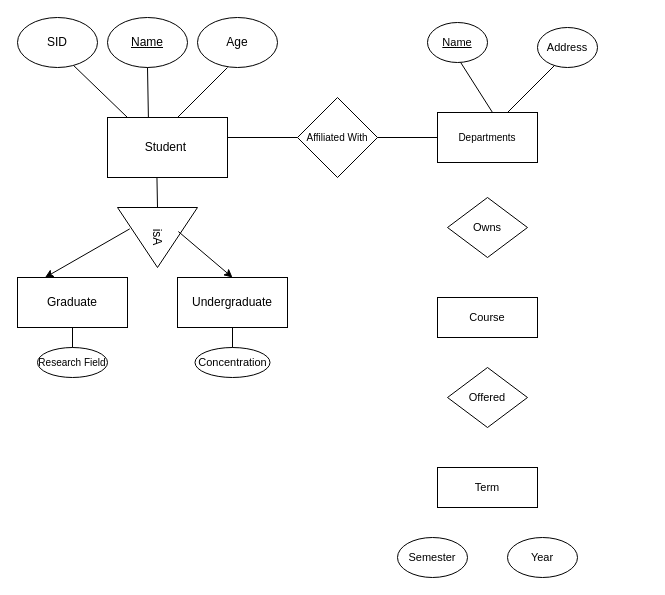
psaghafi/SQL-ER-Diagram keeps this draw.io diagram as Untitled Diagram.drawio. Above is the earlier version. Source tidied: cells renumbered, new cells numbered last; positions are measured from the earlier drawing's top-left corner, leaving out a move shared by most shapes. Both pictures are drawn from the tidied source at 100%, with x=0, y=0 at pixel (17, 17).
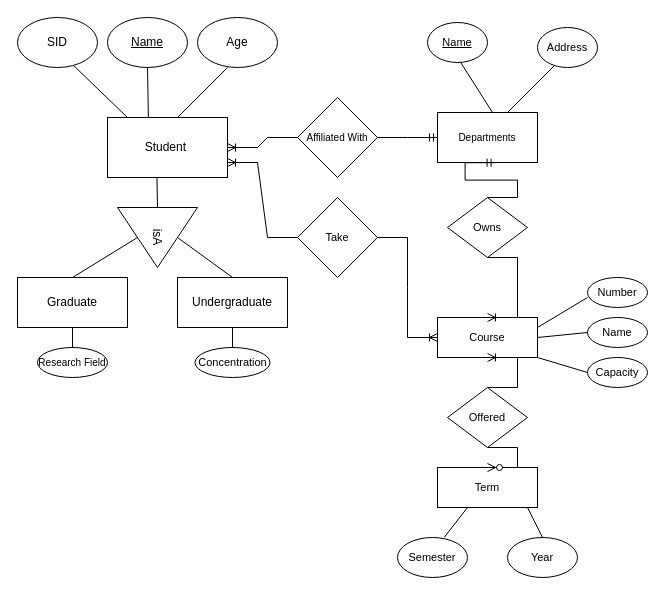
After the change.

The change refers to these unchanged cells:
```xml
<mxCell id="2" value="Student&amp;nbsp;" style="rounded=0;whiteSpace=wrap;html=1;" parent="1" vertex="1">
  <mxGeometry x="90" y="100" width="120" height="60" as="geometry" />
</mxCell>
<mxCell id="9" value="isA" style="triangle;whiteSpace=wrap;html=1;rotation=90;" parent="1" vertex="1">
  <mxGeometry x="110" y="180" width="60" height="80" as="geometry" />
</mxCell>
<mxCell id="11" value="Graduate" style="rounded=0;whiteSpace=wrap;html=1;" parent="1" vertex="1">
  <mxGeometry y="260" width="110" height="50" as="geometry" />
</mxCell>
<mxCell id="12" value="Undergraduate" style="rounded=0;whiteSpace=wrap;html=1;" parent="1" vertex="1">
  <mxGeometry x="160" y="260" width="110" height="50" as="geometry" />
</mxCell>
<mxCell id="19" value="Affiliated With" style="rhombus;whiteSpace=wrap;html=1;fontSize=10;" parent="1" vertex="1">
  <mxGeometry x="280" y="80" width="80" height="80" as="geometry" />
</mxCell>
<mxCell id="22" value="Departments" style="rounded=0;whiteSpace=wrap;html=1;fontSize=10;" parent="1" vertex="1">
  <mxGeometry x="420" y="95" width="100" height="50" as="geometry" />
</mxCell>
<mxCell id="27" value="Owns" style="rhombus;whiteSpace=wrap;html=1;fontSize=11;" parent="1" vertex="1">
  <mxGeometry x="430" y="180" width="80" height="60" as="geometry" />
</mxCell>
<mxCell id="30" value="Term" style="rounded=0;whiteSpace=wrap;html=1;fontSize=11;" parent="1" vertex="1">
  <mxGeometry x="420" y="450" width="100" height="40" as="geometry" />
</mxCell>
<mxCell id="31" value="Semester" style="ellipse;whiteSpace=wrap;html=1;fontSize=11;" parent="1" vertex="1">
  <mxGeometry x="380" y="520" width="70" height="40" as="geometry" />
</mxCell>
<mxCell id="32" value="Year" style="ellipse;whiteSpace=wrap;html=1;fontSize=11;" parent="1" vertex="1">
  <mxGeometry x="490" y="520" width="70" height="40" as="geometry" />
</mxCell>
```

What changed in the source:
```diff
@@
-    <mxCell id="15" style="endArrow=classic;html=1;rounded=0;fontSize=10;entryX=0.5;entryY=0;entryDx=0;entryDy=0;exitX=0.4;exitY=0.24;exitDx=0;exitDy=0;exitPerimeter=0;" parent="1" edge="1" source="9" target="12">
-      <mxGeometry relative="1" as="geometry" />
-    </mxCell>
-    <mxCell id="16" style="endArrow=classic;html=1;rounded=0;fontSize=10;entryX=0.25;entryY=0;entryDx=0;entryDy=0;exitX=0.356;exitY=0.847;exitDx=0;exitDy=0;exitPerimeter=0;" parent="1" edge="1" source="9" target="11">
-      <mxGeometry relative="1" as="geometry" />
-    </mxCell>
@@
-    <mxCell id="20" style="endArrow=none;html=1;rounded=0;fontSize=10;entryX=0;entryY=0.5;entryDx=0;entryDy=0;" parent="1" edge="1" target="19">
-      <mxGeometry relative="1" as="geometry">
-        <mxPoint x="210" y="120" as="sourcePoint" />
-      </mxGeometry>
-    </mxCell>
-    <mxCell id="21" style="endArrow=none;html=1;rounded=0;fontSize=10;" parent="1" edge="1" target="22">
-      <mxGeometry relative="1" as="geometry">
-        <mxPoint x="360" y="120" as="sourcePoint" />
-      </mxGeometry>
-    </mxCell>
@@
     <mxCell id="28" value="Course" style="whiteSpace=wrap;html=1;fontSize=11;" parent="1" vertex="1">
-      <mxGeometry x="420" y="280" width="100" height="40" as="geometry" />
+      <mxGeometry x="420" y="300" width="100" height="40" as="geometry" />
     </mxCell>
     <mxCell id="29" value="Offered" style="rhombus;whiteSpace=wrap;html=1;fontSize=11;" parent="1" vertex="1">
-      <mxGeometry x="430" y="350" width="80" height="60" as="geometry" />
+      <mxGeometry x="430" y="370" width="80" height="60" as="geometry" />
     </mxCell>
@@
+    <mxCell id="33" style="endArrow=none;html=1;rounded=0;fontSize=11;exitX=0.5;exitY=0;exitDx=0;exitDy=0;" parent="1" edge="1" source="12">
+      <mxGeometry relative="1" as="geometry">
+        <mxPoint x="160" y="220" as="targetPoint" />
+      </mxGeometry>
+    </mxCell>
+    <mxCell id="34" style="endArrow=none;html=1;rounded=0;fontSize=11;exitX=0.5;exitY=0;exitDx=0;exitDy=0;" parent="1" edge="1" source="11">
+      <mxGeometry relative="1" as="geometry">
+        <mxPoint x="120" y="220" as="targetPoint" />
+      </mxGeometry>
+    </mxCell>
+    <mxCell id="35" value="Number" style="ellipse;whiteSpace=wrap;html=1;fontSize=11;" parent="1" vertex="1">
+      <mxGeometry x="570" y="260" width="60" height="30" as="geometry" />
+    </mxCell>
+    <mxCell id="36" value="Capacity" style="ellipse;whiteSpace=wrap;html=1;fontSize=11;" parent="1" vertex="1">
+      <mxGeometry x="570" y="340" width="60" height="30" as="geometry" />
+    </mxCell>
+    <mxCell id="37" value="Name" style="ellipse;whiteSpace=wrap;html=1;fontSize=11;" parent="1" vertex="1">
+      <mxGeometry x="570" y="300" width="60" height="30" as="geometry" />
+    </mxCell>
+    <mxCell id="38" style="edgeStyle=entityRelationEdgeStyle;fontSize=12;html=1;endArrow=ERoneToMany;rounded=0;exitX=0;exitY=0.5;exitDx=0;exitDy=0;" parent="1" edge="1" source="19" target="2">
+      <mxGeometry relative="1" as="geometry" />
+    </mxCell>
+    <mxCell id="39" style="edgeStyle=entityRelationEdgeStyle;fontSize=12;html=1;endArrow=ERmandOne;rounded=0;exitX=1;exitY=0.5;exitDx=0;exitDy=0;entryX=0;entryY=0.5;entryDx=0;entryDy=0;" parent="1" edge="1" source="19" target="22">
+      <mxGeometry relative="1" as="geometry" />
+    </mxCell>
+    <mxCell id="40" style="edgeStyle=entityRelationEdgeStyle;fontSize=12;html=1;endArrow=ERmandOne;rounded=0;entryX=0.576;entryY=1.004;entryDx=0;entryDy=0;entryPerimeter=0;exitX=0.5;exitY=0;exitDx=0;exitDy=0;" parent="1" edge="1" source="27" target="22">
+      <mxGeometry relative="1" as="geometry" />
+    </mxCell>
+    <mxCell id="41" style="edgeStyle=entityRelationEdgeStyle;fontSize=12;html=1;endArrow=ERoneToMany;rounded=0;entryX=0.5;entryY=0;entryDx=0;entryDy=0;exitX=0.5;exitY=1;exitDx=0;exitDy=0;" parent="1" edge="1" source="27" target="28">
+      <mxGeometry relative="1" as="geometry" />
+    </mxCell>
+    <mxCell id="42" style="edgeStyle=entityRelationEdgeStyle;fontSize=12;html=1;endArrow=ERoneToMany;rounded=0;entryX=0.5;entryY=1;entryDx=0;entryDy=0;exitX=0.5;exitY=0;exitDx=0;exitDy=0;" parent="1" edge="1" source="29" target="28">
+      <mxGeometry relative="1" as="geometry" />
+    </mxCell>
+    <mxCell id="43" style="edgeStyle=entityRelationEdgeStyle;fontSize=12;html=1;endArrow=ERzeroToMany;endFill=1;rounded=0;entryX=0.5;entryY=0;entryDx=0;entryDy=0;exitX=0.5;exitY=1;exitDx=0;exitDy=0;" parent="1" edge="1" source="29" target="30">
+      <mxGeometry relative="1" as="geometry" />
+    </mxCell>
+    <mxCell id="44" style="endArrow=none;html=1;rounded=0;fontSize=11;exitX=0.67;exitY=-0.01;exitDx=0;exitDy=0;exitPerimeter=0;" parent="1" edge="1" source="31">
+      <mxGeometry relative="1" as="geometry">
+        <mxPoint x="450" y="490" as="targetPoint" />
+      </mxGeometry>
+    </mxCell>
+    <mxCell id="45" style="endArrow=none;html=1;rounded=0;fontSize=11;exitX=0.5;exitY=0;exitDx=0;exitDy=0;" parent="1" edge="1" source="32">
+      <mxGeometry relative="1" as="geometry">
+        <mxPoint x="510" y="490" as="targetPoint" />
+      </mxGeometry>
+    </mxCell>
+    <mxCell id="46" style="endArrow=none;html=1;rounded=0;fontSize=11;exitX=1;exitY=0.25;exitDx=0;exitDy=0;" parent="1" edge="1" source="28">
+      <mxGeometry relative="1" as="geometry">
+        <mxPoint x="570" y="280" as="targetPoint" />
+      </mxGeometry>
+    </mxCell>
+    <mxCell id="47" style="endArrow=none;html=1;rounded=0;fontSize=11;exitX=1;exitY=0.5;exitDx=0;exitDy=0;entryX=0;entryY=0.5;entryDx=0;entryDy=0;" parent="1" edge="1" source="28" target="37">
+      <mxGeometry relative="1" as="geometry" />
+    </mxCell>
+    <mxCell id="48" style="endArrow=none;html=1;rounded=0;fontSize=11;entryX=0;entryY=0.5;entryDx=0;entryDy=0;exitX=1;exitY=1;exitDx=0;exitDy=0;" parent="1" edge="1" source="28" target="36">
+      <mxGeometry relative="1" as="geometry" />
+    </mxCell>
+    <mxCell id="49" value="Take" style="rhombus;whiteSpace=wrap;html=1;fontSize=11;" parent="1" vertex="1">
+      <mxGeometry x="280" y="180" width="80" height="80" as="geometry" />
+    </mxCell>
+    <mxCell id="50" style="edgeStyle=entityRelationEdgeStyle;fontSize=12;html=1;endArrow=ERoneToMany;rounded=0;entryX=1;entryY=0.75;entryDx=0;entryDy=0;exitX=0;exitY=0.5;exitDx=0;exitDy=0;" parent="1" edge="1" source="49" target="2">
+      <mxGeometry relative="1" as="geometry" />
+    </mxCell>
+    <mxCell id="51" style="edgeStyle=entityRelationEdgeStyle;fontSize=12;html=1;endArrow=ERoneToMany;rounded=0;entryX=0;entryY=0.5;entryDx=0;entryDy=0;exitX=1;exitY=0.5;exitDx=0;exitDy=0;" parent="1" edge="1" source="49" target="28">
+      <mxGeometry relative="1" as="geometry" />
+    </mxCell>
```
